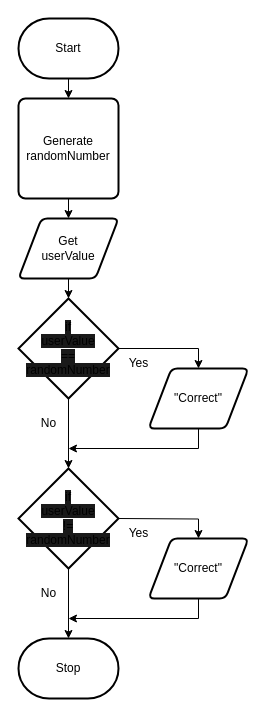
The draw.io diagram design/flowchart.drawio in MTHS-ICD2O-1-2024/ICD2O-Unit-5-01-peter-zerbinos, before the edit. Source tidied: cells renumbered, new cells numbered last; positions are measured from the earlier drawing's top-left corner, leaving out a move shared by most shapes. Both pictures are drawn from the tidied source at 100%, with x=0, y=0 at pixel (18, 18).
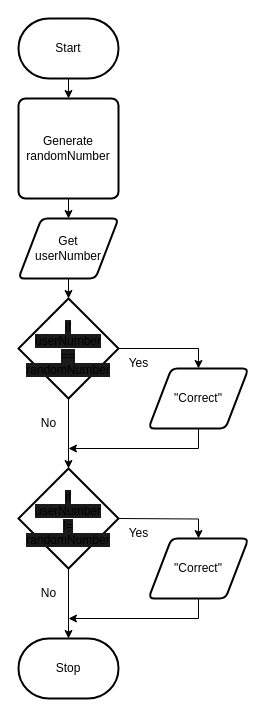
Above is the later version.

What changed in the source:
```diff
@@
-    <mxCell id="7" value="Get&lt;div&gt;userValue&lt;/div&gt;" style="shape=parallelogram;html=1;strokeWidth=2;perimeter=parallelogramPerimeter;whiteSpace=wrap;rounded=1;arcSize=12;size=0.23;" parent="1" vertex="1">
+    <mxCell id="7" value="Get&lt;br&gt;userNumber&lt;br&gt;&lt;div&gt;&lt;/div&gt;" style="shape=parallelogram;html=1;strokeWidth=2;perimeter=parallelogramPerimeter;whiteSpace=wrap;rounded=1;arcSize=12;size=0.23;" parent="1" vertex="1">
       <mxGeometry y="200" width="100" height="60" as="geometry" />
     </mxCell>
@@
-    <mxCell id="9" value="&lt;span style=&quot;background-color: rgb(26, 26, 26);&quot;&gt;if&lt;/span&gt;&lt;div&gt;&lt;span style=&quot;background-color: rgb(26, 26, 26);&quot;&gt;userValue&lt;/span&gt;&lt;/div&gt;&lt;div&gt;&lt;span style=&quot;background-color: rgb(26, 26, 26);&quot;&gt;==&lt;/span&gt;&lt;/div&gt;&lt;div&gt;&lt;span style=&quot;background-color: rgb(26, 26, 26);&quot;&gt;randomNumber&lt;/span&gt;&lt;/div&gt;" style="strokeWidth=2;html=1;shape=mxgraph.flowchart.decision;whiteSpace=wrap;" parent="1" vertex="1">
+    <mxCell id="9" value="&lt;span style=&quot;background-color: rgb(26, 26, 26);&quot;&gt;if&lt;/span&gt;&lt;div&gt;&lt;span style=&quot;background-color: rgb(26, 26, 26);&quot;&gt;userNumber&lt;/span&gt;&lt;/div&gt;&lt;div&gt;&lt;span style=&quot;background-color: rgb(26, 26, 26);&quot;&gt;==&lt;/span&gt;&lt;/div&gt;&lt;div&gt;&lt;span style=&quot;background-color: rgb(26, 26, 26);&quot;&gt;randomNumber&lt;/span&gt;&lt;/div&gt;" style="strokeWidth=2;html=1;shape=mxgraph.flowchart.decision;whiteSpace=wrap;" parent="1" vertex="1">
       <mxGeometry y="280" width="100" height="100" as="geometry" />
     </mxCell>
@@
-    <mxCell id="12" value="&lt;span style=&quot;background-color: rgb(26, 26, 26);&quot;&gt;if&lt;/span&gt;&lt;div&gt;&lt;span style=&quot;background-color: rgb(26, 26, 26);&quot;&gt;userValue&lt;/span&gt;&lt;/div&gt;&lt;div&gt;&lt;span style=&quot;background-color: rgb(26, 26, 26);&quot;&gt;!=&lt;/span&gt;&lt;/div&gt;&lt;div&gt;&lt;span style=&quot;background-color: rgb(26, 26, 26);&quot;&gt;randomNumber&lt;/span&gt;&lt;/div&gt;" style="strokeWidth=2;html=1;shape=mxgraph.flowchart.decision;whiteSpace=wrap;" parent="1" vertex="1">
+    <mxCell id="12" value="&lt;span style=&quot;background-color: rgb(26, 26, 26);&quot;&gt;if&lt;/span&gt;&lt;div&gt;&lt;span style=&quot;background-color: rgb(26, 26, 26);&quot;&gt;userNumber&lt;/span&gt;&lt;/div&gt;&lt;div&gt;&lt;span style=&quot;background-color: rgb(26, 26, 26);&quot;&gt;!=&lt;/span&gt;&lt;/div&gt;&lt;div&gt;&lt;span style=&quot;background-color: rgb(26, 26, 26);&quot;&gt;randomNumber&lt;/span&gt;&lt;/div&gt;" style="strokeWidth=2;html=1;shape=mxgraph.flowchart.decision;whiteSpace=wrap;" parent="1" vertex="1">
       <mxGeometry y="450" width="100" height="100" as="geometry" />
     </mxCell>
```
